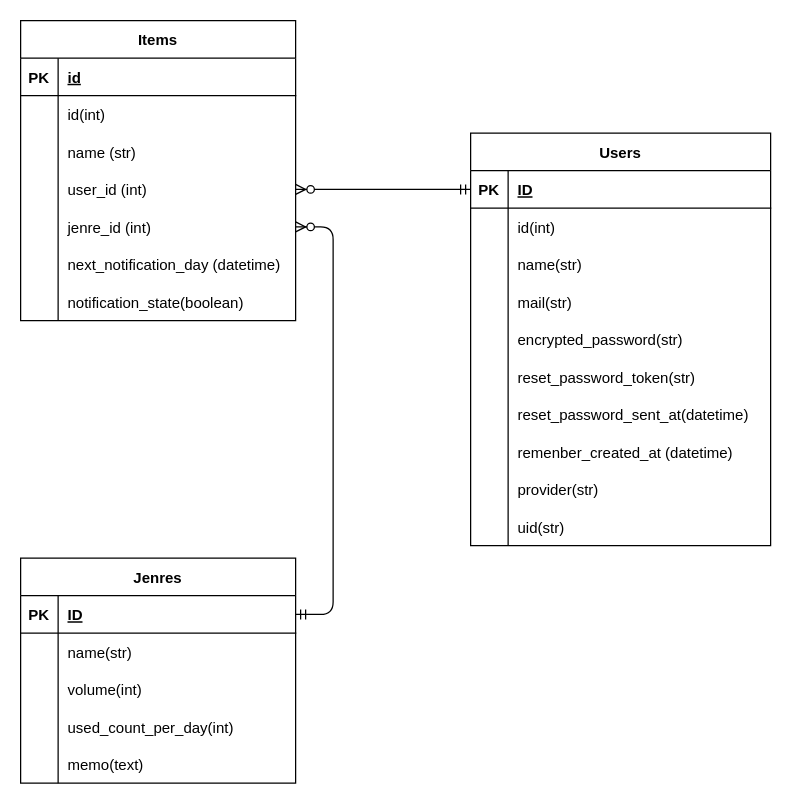
Earlier version of the draw.io diagram ER_diagram.dio (nakajima-takeshi/stockmate). Source tidied: cells renumbered, new cells numbered last; positions are measured from the earlier drawing's top-left corner, leaving out a move shared by most shapes. Both pictures are drawn from the tidied source at 125%, with x=0, y=0 at pixel (20, 20).
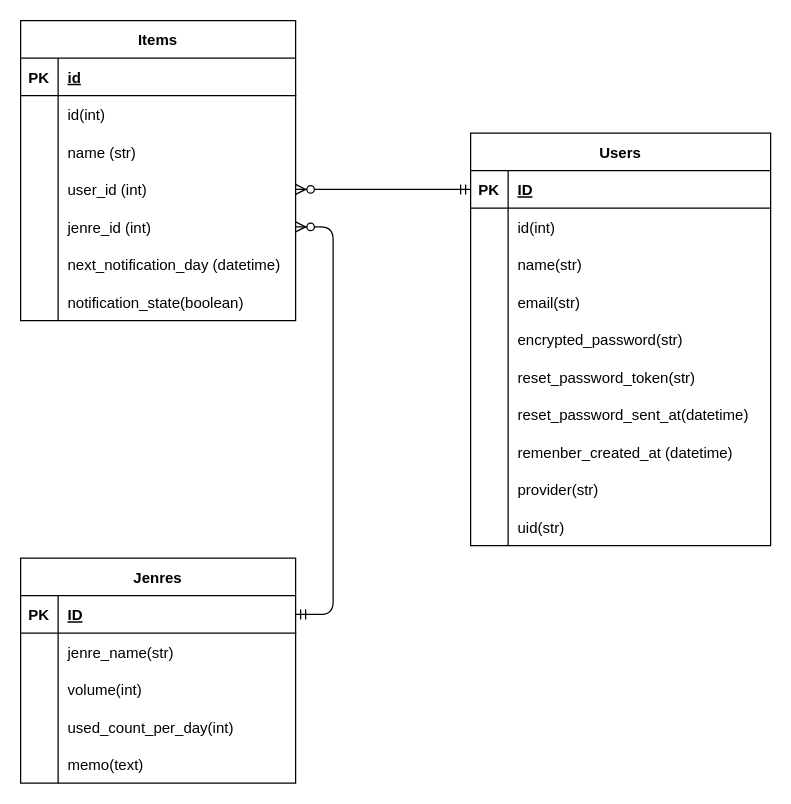
The same page after the edit.

Commit message:
mailカラムをemailに修正、Jenresテーブルのnameカラムをjenre_nameに修正しました

Unchanged cells that the change refers to:
```xml
<mxCell id="12" style="shape=tableRow;horizontal=0;startSize=0;swimlaneHead=0;swimlaneBody=0;fillColor=none;top=0;left=0;right=0;bottom=0;" parent="2" vertex="1">
  <mxGeometry y="120" width="240" height="30" as="geometry" />
</mxCell>
<mxCell id="37" style="shape=tableRow;horizontal=0;startSize=0;swimlaneHead=0;swimlaneBody=0;fillColor=none;top=0;left=0;right=0;bottom=0;" parent="33" vertex="1">
  <mxGeometry y="60" width="220" height="30" as="geometry" />
</mxCell>
```

The edit, as a diff of the source:
```diff
@@
-    <mxCell id="14" value="mail(str)" style="shape=partialRectangle;fillColor=none;top=0;left=0;bottom=0;right=0;align=left;spacingLeft=6;overflow=hidden;" parent="12" vertex="1">
+    <mxCell id="14" value="email(str)" style="shape=partialRectangle;fillColor=none;top=0;left=0;bottom=0;right=0;align=left;spacingLeft=6;overflow=hidden;" parent="12" vertex="1">
       <mxGeometry x="30" width="210" height="30" as="geometry" />
     </mxCell>
@@
-    <mxCell id="39" value="name(str)" style="shape=partialRectangle;fillColor=none;top=0;left=0;bottom=0;right=0;align=left;spacingLeft=6;overflow=hidden;" parent="37" vertex="1">
+    <mxCell id="39" value="jenre_name(str)" style="shape=partialRectangle;fillColor=none;top=0;left=0;bottom=0;right=0;align=left;spacingLeft=6;overflow=hidden;" parent="37" vertex="1">
       <mxGeometry x="30" width="190" height="30" as="geometry" />
     </mxCell>
```
